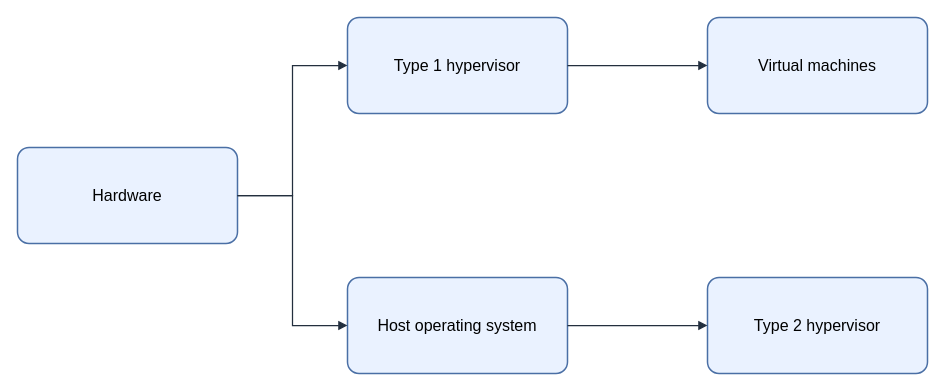
KKamJi98/kkamji98.github.io keeps this draw.io diagram as assets/img/virtualization/type1-type2-hypervisor.drawio. Above is the earlier version. Source tidied: cells renumbered, new cells numbered last; positions are measured from the earlier drawing's top-left corner, leaving out a move shared by most shapes. Both pictures are drawn from the tidied source at 100%, with x=0, y=0 at pixel (17, 17).
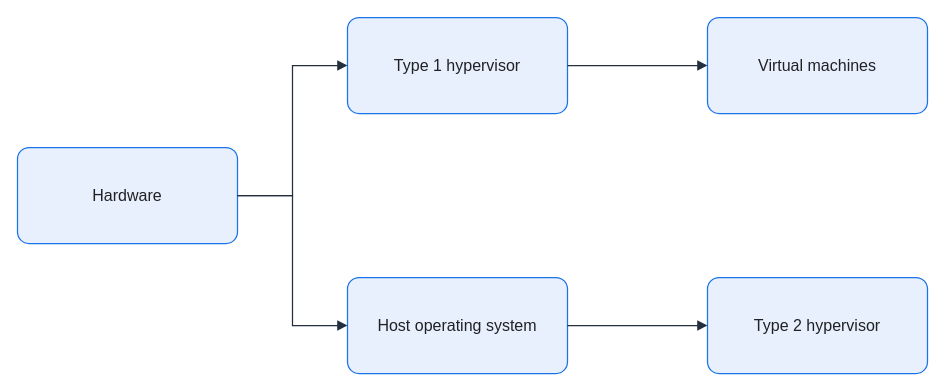
The same diagram, later.

Diff of the diagram source:
```diff
@@
 <mxGraphModel background="#FFFFFF">
   <root>
     <mxCell id="0" />
     <mxCell id="1" parent="0" />
-    <mxCell id="2" value="Hardware" style="rounded=1;arcSize=12;whiteSpace=wrap;html=0;fillColor=#EAF2FF;strokeColor=#4A6FA5;strokeWidth=1.5;fontColor=#000000;fontSize=16;align=center;verticalAlign=middle;spacing=8;shadow=0;" parent="1" vertex="1">
+    <mxCell id="2" value="Hardware" style="rounded=1;arcSize=12;whiteSpace=wrap;html=0;fillColor=#E8F0FE;strokeColor=#1A73E8;strokeWidth=1.25;fontColor=#202124;fontSize=16;align=center;verticalAlign=middle;spacing=8;shadow=0;" parent="1" vertex="1">
       <mxGeometry y="130" width="220" height="96" as="geometry" />
     </mxCell>
-    <mxCell id="3" value="Type 1 hypervisor" style="rounded=1;arcSize=12;whiteSpace=wrap;html=0;fillColor=#EAF2FF;strokeColor=#4A6FA5;strokeWidth=1.5;fontColor=#000000;fontSize=16;align=center;verticalAlign=middle;spacing=8;shadow=0;" parent="1" vertex="1">
+    <mxCell id="3" value="Type 1 hypervisor" style="rounded=1;arcSize=12;whiteSpace=wrap;html=0;fillColor=#E8F0FE;strokeColor=#1A73E8;strokeWidth=1.25;fontColor=#202124;fontSize=16;align=center;verticalAlign=middle;spacing=8;shadow=0;" parent="1" vertex="1">
       <mxGeometry x="330" width="220" height="96" as="geometry" />
     </mxCell>
-    <mxCell id="4" value="Virtual machines" style="rounded=1;arcSize=12;whiteSpace=wrap;html=0;fillColor=#EAF2FF;strokeColor=#4A6FA5;strokeWidth=1.5;fontColor=#000000;fontSize=16;align=center;verticalAlign=middle;spacing=8;shadow=0;" parent="1" vertex="1">
+    <mxCell id="4" value="Virtual machines" style="rounded=1;arcSize=12;whiteSpace=wrap;html=0;fillColor=#E8F0FE;strokeColor=#1A73E8;strokeWidth=1.25;fontColor=#202124;fontSize=16;align=center;verticalAlign=middle;spacing=8;shadow=0;" parent="1" vertex="1">
       <mxGeometry x="690" width="220" height="96" as="geometry" />
     </mxCell>
-    <mxCell id="5" value="Host operating system" style="rounded=1;arcSize=12;whiteSpace=wrap;html=0;fillColor=#EAF2FF;strokeColor=#4A6FA5;strokeWidth=1.5;fontColor=#000000;fontSize=16;align=center;verticalAlign=middle;spacing=8;shadow=0;" parent="1" vertex="1">
+    <mxCell id="5" value="Host operating system" style="rounded=1;arcSize=12;whiteSpace=wrap;html=0;fillColor=#E8F0FE;strokeColor=#1A73E8;strokeWidth=1.25;fontColor=#202124;fontSize=16;align=center;verticalAlign=middle;spacing=8;shadow=0;" parent="1" vertex="1">
       <mxGeometry x="330" y="260" width="220" height="96" as="geometry" />
     </mxCell>
-    <mxCell id="6" value="Type 2 hypervisor" style="rounded=1;arcSize=12;whiteSpace=wrap;html=0;fillColor=#EAF2FF;strokeColor=#4A6FA5;strokeWidth=1.5;fontColor=#000000;fontSize=16;align=center;verticalAlign=middle;spacing=8;shadow=0;" parent="1" vertex="1">
+    <mxCell id="6" value="Type 2 hypervisor" style="rounded=1;arcSize=12;whiteSpace=wrap;html=0;fillColor=#E8F0FE;strokeColor=#1A73E8;strokeWidth=1.25;fontColor=#202124;fontSize=16;align=center;verticalAlign=middle;spacing=8;shadow=0;" parent="1" vertex="1">
       <mxGeometry x="690" y="260" width="220" height="96" as="geometry" />
     </mxCell>
-    <mxCell id="7" style="edgeStyle=orthogonalEdgeStyle;rounded=0;jettySize=auto;html=0;endArrow=block;endFill=1;strokeColor=#232F3E;strokeWidth=1.25;fontColor=#000000;labelBackgroundColor=none;exitX=1;exitY=0.5;exitDx=0;exitDy=0;entryX=0;entryY=0.5;entryDx=0;entryDy=0;" parent="1" edge="1" source="2" target="3">
+    <mxCell id="7" style="edgeStyle=orthogonalEdgeStyle;rounded=0;jettySize=auto;html=0;endArrow=block;endFill=1;strokeColor=#232F3E;strokeWidth=1.25;fontColor=#202124;labelBackgroundColor=none;exitX=1;exitY=0.5;exitDx=0;exitDy=0;entryX=0;entryY=0.5;entryDx=0;entryDy=0;endSize=7;" parent="1" edge="1" source="2" target="3">
       <mxGeometry relative="1" as="geometry" />
     </mxCell>
-    <mxCell id="8" style="edgeStyle=orthogonalEdgeStyle;rounded=0;jettySize=auto;html=0;endArrow=block;endFill=1;strokeColor=#232F3E;strokeWidth=1.25;fontColor=#000000;labelBackgroundColor=none;exitX=1;exitY=0.5;exitDx=0;exitDy=0;entryX=0;entryY=0.5;entryDx=0;entryDy=0;" parent="1" edge="1" source="3" target="4">
+    <mxCell id="8" style="edgeStyle=orthogonalEdgeStyle;rounded=0;jettySize=auto;html=0;endArrow=block;endFill=1;strokeColor=#232F3E;strokeWidth=1.25;fontColor=#202124;labelBackgroundColor=none;exitX=1;exitY=0.5;exitDx=0;exitDy=0;entryX=0;entryY=0.5;entryDx=0;entryDy=0;endSize=7;" parent="1" edge="1" source="3" target="4">
       <mxGeometry relative="1" as="geometry" />
     </mxCell>
-    <mxCell id="9" style="edgeStyle=orthogonalEdgeStyle;rounded=0;jettySize=auto;html=0;endArrow=block;endFill=1;strokeColor=#232F3E;strokeWidth=1.25;fontColor=#000000;labelBackgroundColor=none;exitX=1;exitY=0.5;exitDx=0;exitDy=0;entryX=0;entryY=0.5;entryDx=0;entryDy=0;" parent="1" edge="1" source="2" target="5">
+    <mxCell id="9" style="edgeStyle=orthogonalEdgeStyle;rounded=0;jettySize=auto;html=0;endArrow=block;endFill=1;strokeColor=#232F3E;strokeWidth=1.25;fontColor=#202124;labelBackgroundColor=none;exitX=1;exitY=0.5;exitDx=0;exitDy=0;entryX=0;entryY=0.5;entryDx=0;entryDy=0;endSize=7;" parent="1" edge="1" source="2" target="5">
       <mxGeometry relative="1" as="geometry" />
     </mxCell>
-    <mxCell id="10" style="edgeStyle=orthogonalEdgeStyle;rounded=0;jettySize=auto;html=0;endArrow=block;endFill=1;strokeColor=#232F3E;strokeWidth=1.25;fontColor=#000000;labelBackgroundColor=none;exitX=1;exitY=0.5;exitDx=0;exitDy=0;entryX=0;entryY=0.5;entryDx=0;entryDy=0;" parent="1" edge="1" source="5" target="6">
+    <mxCell id="10" style="edgeStyle=orthogonalEdgeStyle;rounded=0;jettySize=auto;html=0;endArrow=block;endFill=1;strokeColor=#232F3E;strokeWidth=1.25;fontColor=#202124;labelBackgroundColor=none;exitX=1;exitY=0.5;exitDx=0;exitDy=0;entryX=0;entryY=0.5;entryDx=0;entryDy=0;endSize=7;" parent="1" edge="1" source="5" target="6">
       <mxGeometry relative="1" as="geometry" />
     </mxCell>
   </root>
 </mxGraphModel>
```
